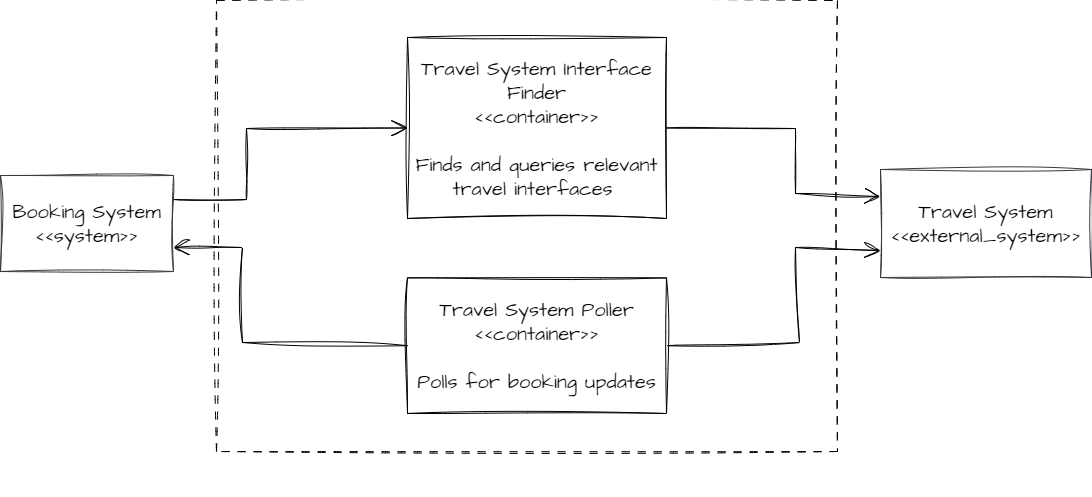
The draw.io diagram ContainerView/travel-system-api.png in intelligent-growth-solutions/flexibility-fertilisers, before a commit. Source tidied: cells renumbered, new cells last; positions are measured from the earlier drawing's top-left corner, leaving out a move shared by most shapes. Its diagram source:
```xml
<mxGraphModel>
  <root>
    <mxCell id="0" />
    <mxCell id="1" parent="0" />
    <mxCell id="2" style="rounded=0;whiteSpace=wrap;html=1;sketch=1;hachureGap=4;jiggle=2;curveFitting=1;fontFamily=Architects Daughter;fontSource=https%3A%2F%2Ffonts.googleapis.com%2Fcss%3Ffamily%3DArchitects%2BDaughter;fontSize=20;dashed=1;dashPattern=8 8;" parent="1" vertex="1">
      <mxGeometry x="216" width="621" height="451" as="geometry" />
    </mxCell>
    <mxCell id="3" style="edgeStyle=none;rounded=0;sketch=1;hachureGap=4;jiggle=2;curveFitting=1;jettySize=auto;html=1;exitX=1;exitY=0.25;exitDx=0;exitDy=0;entryX=0;entryY=0.5;entryDx=0;entryDy=0;fontFamily=Architects Daughter;fontSource=https%3A%2F%2Ffonts.googleapis.com%2Fcss%3Ffamily%3DArchitects%2BDaughter;fontSize=16;endArrow=open;startSize=14;endSize=14;sourcePerimeterSpacing=8;targetPerimeterSpacing=8;" parent="1" edge="1" source="4" target="7">
      <mxGeometry relative="1" as="geometry">
        <Array as="points">
          <mxPoint x="246" y="199" />
          <mxPoint x="246" y="128" />
        </Array>
      </mxGeometry>
    </mxCell>
    <mxCell id="4" value="Booking System&lt;br&gt;&amp;lt;&amp;lt;system&amp;gt;&amp;gt;" style="rounded=0;whiteSpace=wrap;html=1;sketch=1;hachureGap=4;jiggle=2;curveFitting=1;fontFamily=Architects Daughter;fontSource=https%3A%2F%2Ffonts.googleapis.com%2Fcss%3Ffamily%3DArchitects%2BDaughter;fontSize=20;fillColor=none;strokeColor=#36393d;" parent="1" vertex="1">
      <mxGeometry y="175" width="173" height="96" as="geometry" />
    </mxCell>
    <mxCell id="5" value="Travel System&lt;br&gt;&amp;lt;&amp;lt;external_system&amp;gt;&amp;gt;" style="rounded=0;whiteSpace=wrap;html=1;sketch=1;hachureGap=4;jiggle=2;curveFitting=1;fontFamily=Architects Daughter;fontSource=https%3A%2F%2Ffonts.googleapis.com%2Fcss%3Ffamily%3DArchitects%2BDaughter;fontSize=20;fillColor=none;strokeColor=#36393d;" parent="1" vertex="1">
      <mxGeometry x="880" y="169" width="211" height="108" as="geometry" />
    </mxCell>
    <mxCell id="6" style="edgeStyle=none;rounded=0;sketch=1;hachureGap=4;jiggle=2;curveFitting=1;jettySize=auto;html=1;fontFamily=Architects Daughter;fontSource=https%3A%2F%2Ffonts.googleapis.com%2Fcss%3Ffamily%3DArchitects%2BDaughter;fontSize=16;endArrow=open;startSize=14;endSize=14;sourcePerimeterSpacing=8;targetPerimeterSpacing=8;entryX=0;entryY=0.25;entryDx=0;entryDy=0;exitX=1;exitY=0.5;exitDx=0;exitDy=0;" parent="1" edge="1" source="7" target="5">
      <mxGeometry relative="1" as="geometry">
        <Array as="points">
          <mxPoint x="795" y="128" />
          <mxPoint x="795" y="193" />
        </Array>
      </mxGeometry>
    </mxCell>
    <mxCell id="7" value="Travel System Interface Finder&lt;br&gt;&amp;lt;&amp;lt;container&amp;gt;&amp;gt;&lt;br&gt;&lt;br&gt;Finds and queries relevant travel interfaces&amp;nbsp;" style="rounded=0;whiteSpace=wrap;html=1;sketch=1;hachureGap=4;jiggle=2;curveFitting=1;fontFamily=Architects Daughter;fontSource=https%3A%2F%2Ffonts.googleapis.com%2Fcss%3Ffamily%3DArchitects%2BDaughter;fontSize=20;" parent="1" vertex="1">
      <mxGeometry x="407" y="37" width="259" height="181" as="geometry" />
    </mxCell>
    <mxCell id="8" style="edgeStyle=none;rounded=0;sketch=1;hachureGap=4;jiggle=2;curveFitting=1;jettySize=auto;html=1;exitX=1;exitY=0.5;exitDx=0;exitDy=0;fontFamily=Architects Daughter;fontSource=https%3A%2F%2Ffonts.googleapis.com%2Fcss%3Ffamily%3DArchitects%2BDaughter;fontSize=16;endArrow=open;startSize=14;endSize=14;sourcePerimeterSpacing=8;targetPerimeterSpacing=8;entryX=0;entryY=0.75;entryDx=0;entryDy=0;" parent="1" edge="1" source="11" target="5">
      <mxGeometry relative="1" as="geometry">
        <Array as="points">
          <mxPoint x="799" y="342" />
          <mxPoint x="795" y="247" />
        </Array>
      </mxGeometry>
    </mxCell>
    <mxCell id="9" style="group;" parent="1" vertex="1">
      <mxGeometry x="400" y="271" width="396" height="225" as="geometry" />
    </mxCell>
    <mxCell id="10" style="group;" parent="9" vertex="1">
      <mxGeometry width="396" height="225" as="geometry" />
    </mxCell>
    <mxCell id="11" value="Travel System Poller&lt;br&gt;&amp;lt;&amp;lt;container&amp;gt;&amp;gt;&lt;br&gt;&lt;br&gt;Polls for booking updates" style="rounded=0;whiteSpace=wrap;html=1;sketch=1;hachureGap=4;jiggle=2;curveFitting=1;fontFamily=Architects Daughter;fontSource=https%3A%2F%2Ffonts.googleapis.com%2Fcss%3Ffamily%3DArchitects%2BDaughter;fontSize=20;" parent="10" vertex="1">
      <mxGeometry x="7" y="6.4" width="259" height="135.6" as="geometry" />
    </mxCell>
    <mxCell id="12" style="edgeStyle=none;rounded=0;sketch=1;hachureGap=4;jiggle=2;curveFitting=1;jettySize=auto;html=1;exitX=0;exitY=0.5;exitDx=0;exitDy=0;entryX=1;entryY=0.75;entryDx=0;entryDy=0;fontFamily=Architects Daughter;fontSource=https%3A%2F%2Ffonts.googleapis.com%2Fcss%3Ffamily%3DArchitects%2BDaughter;fontSize=16;endArrow=open;startSize=14;endSize=14;sourcePerimeterSpacing=8;targetPerimeterSpacing=8;" parent="1" edge="1" source="11" target="4">
      <mxGeometry relative="1" as="geometry">
        <Array as="points">
          <mxPoint x="242" y="342" />
          <mxPoint x="242" y="247" />
        </Array>
      </mxGeometry>
    </mxCell>
  </root>
</mxGraphModel>
```
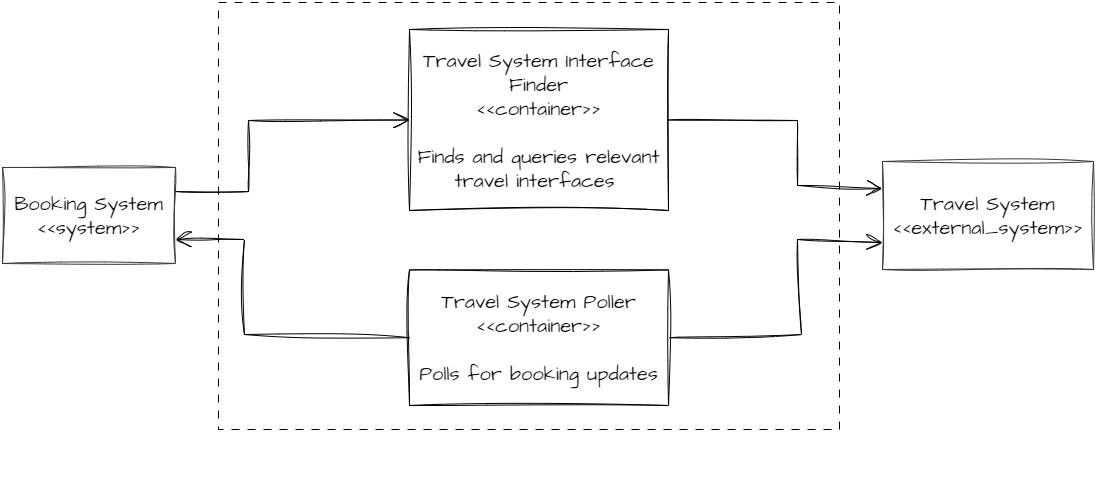
The same file after the commit.

Commit message:
Clean up travel system diagram

The edit, as a diff of the source:
```diff
@@ -2,8 +2,8 @@
   <root>
     <mxCell id="0" />
     <mxCell id="1" parent="0" />
-    <mxCell id="2" style="rounded=0;whiteSpace=wrap;html=1;sketch=1;hachureGap=4;jiggle=2;curveFitting=1;fontFamily=Architects Daughter;fontSource=https%3A%2F%2Ffonts.googleapis.com%2Fcss%3Ffamily%3DArchitects%2BDaughter;fontSize=20;dashed=1;dashPattern=8 8;" parent="1" vertex="1">
-      <mxGeometry x="216" width="621" height="451" as="geometry" />
+    <mxCell id="2" style="rounded=0;whiteSpace=wrap;html=1;hachureGap=4;fontFamily=Architects Daughter;fontSource=https%3A%2F%2Ffonts.googleapis.com%2Fcss%3Ffamily%3DArchitects%2BDaughter;fontSize=20;dashed=1;dashPattern=8 8;glass=0;" parent="1" vertex="1">
+      <mxGeometry x="216" y="10" width="621" height="427" as="geometry" />
     </mxCell>
     <mxCell id="3" style="edgeStyle=none;rounded=0;sketch=1;hachureGap=4;jiggle=2;curveFitting=1;jettySize=auto;html=1;exitX=1;exitY=0.25;exitDx=0;exitDy=0;entryX=0;entryY=0.5;entryDx=0;entryDy=0;fontFamily=Architects Daughter;fontSource=https%3A%2F%2Ffonts.googleapis.com%2Fcss%3Ffamily%3DArchitects%2BDaughter;fontSize=16;endArrow=open;startSize=14;endSize=14;sourcePerimeterSpacing=8;targetPerimeterSpacing=8;" parent="1" edge="1" source="4" target="7">
       <mxGeometry relative="1" as="geometry">
```
